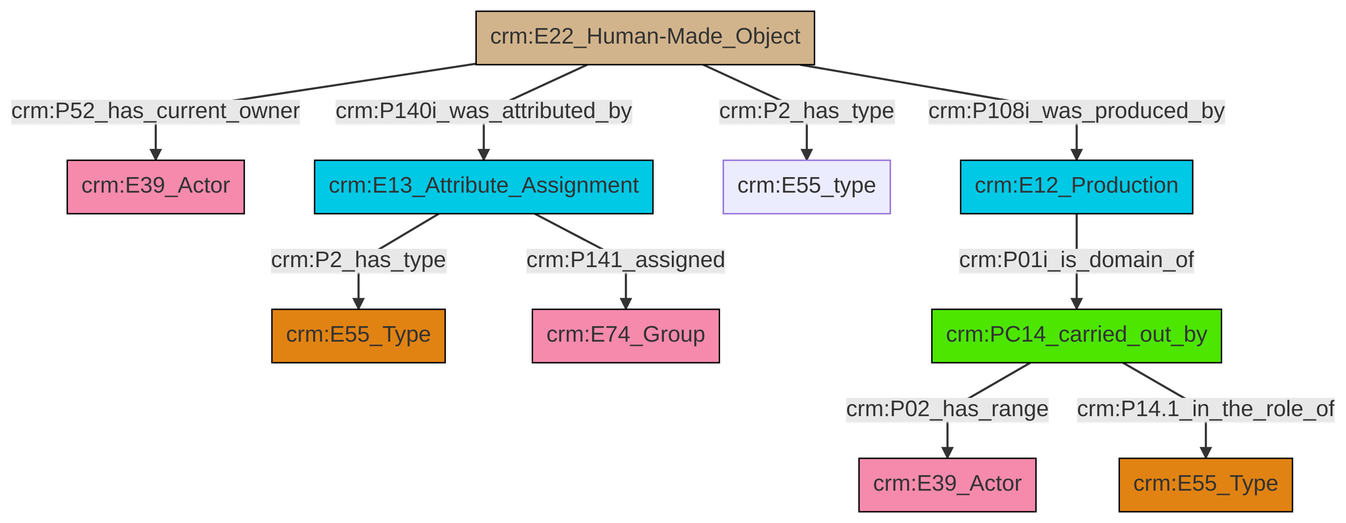
swiss-art-research-net/docs.swissartresearch keeps this Mermaid diagram as et/builtWorkCSV/ttl/mmd/png/Built_Work_actor_relations.png. Above is the earlier version. Its source is kept beside it as et/builtWorkCSV/ttl/mmd/Built_Work_actor_relations.ttl.mmd.
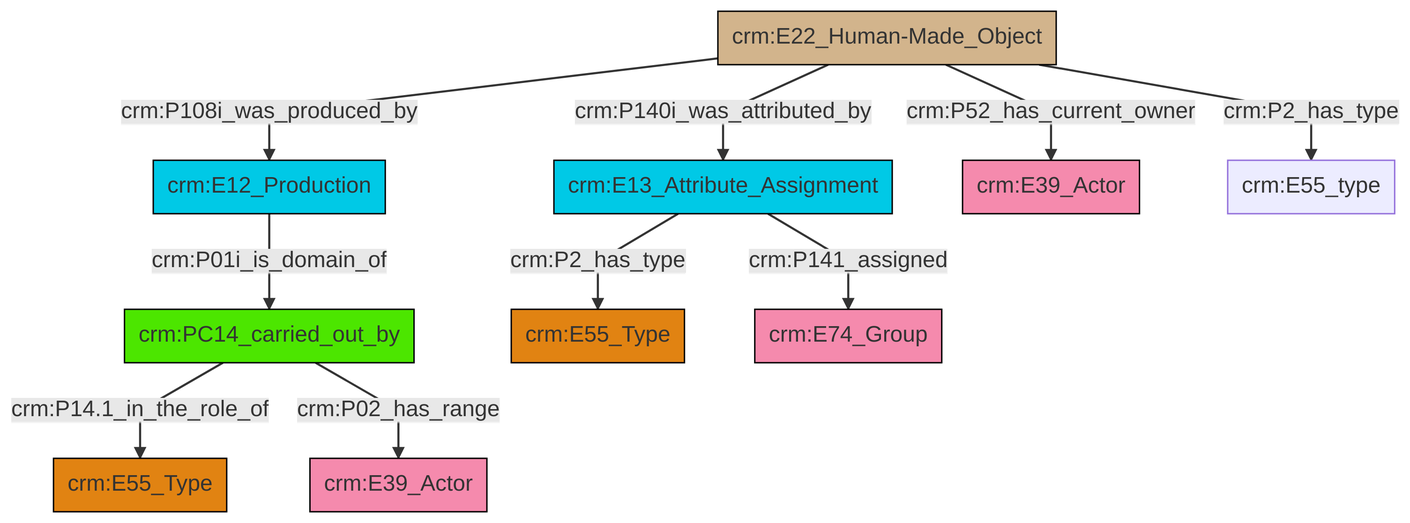
After the change.

The edit, as a diff of the source:
```diff
@@ -13,12 +13,12 @@
 classDef PC_Classes fill:#4ce600, stroke:#000000;
 classDef Multi fill:#cccccc,stroke:#000000;
 
-0["crm:E22_Human-Made_Object"]:::Physical_Thing -->|crm:P52_has_current_owner| 1["crm:E39_Actor"]:::Actor
-0["crm:E22_Human-Made_Object"]:::Physical_Thing -->|crm:P140i_was_attributed_by| 5["crm:E13_Attribute_Assignment"]:::Temporal_Entity
-7["crm:PC14_carried_out_by"]:::PC_Classes -->|crm:P02_has_range| 8["crm:E39_Actor"]:::Actor
-10["crm:E12_Production"]:::Temporal_Entity -->|crm:P01i_is_domain_of| 7["crm:PC14_carried_out_by"]:::PC_Classes
-5["crm:E13_Attribute_Assignment"]:::Temporal_Entity -->|crm:P2_has_type| 3["crm:E55_Type"]:::Type
-0["crm:E22_Human-Made_Object"]:::Physical_Thing -->|crm:P2_has_type| 13["crm:E55_type"]:::Default
-0["crm:E22_Human-Made_Object"]:::Physical_Thing -->|crm:P108i_was_produced_by| 10["crm:E12_Production"]:::Temporal_Entity
-5["crm:E13_Attribute_Assignment"]:::Temporal_Entity -->|crm:P141_assigned| 17["crm:E74_Group"]:::Actor
-7["crm:PC14_carried_out_by"]:::PC_Classes -->|crm:P14.1_in_the_role_of| 11["crm:E55_Type"]:::Type
+0["crm:E22_Human-Made_Object"]:::Physical_Thing -->|crm:P108i_was_produced_by| 1["crm:E12_Production"]:::Temporal_Entity
+2["crm:PC14_carried_out_by"]:::PC_Classes -->|crm:P14.1_in_the_role_of| 3["crm:E55_Type"]:::Type
+4["crm:E13_Attribute_Assignment"]:::Temporal_Entity -->|crm:P2_has_type| 5["crm:E55_Type"]:::Type
+2["crm:PC14_carried_out_by"]:::PC_Classes -->|crm:P02_has_range| 10["crm:E39_Actor"]:::Actor
+0["crm:E22_Human-Made_Object"]:::Physical_Thing -->|crm:P140i_was_attributed_by| 4["crm:E13_Attribute_Assignment"]:::Temporal_Entity
+1["crm:E12_Production"]:::Temporal_Entity -->|crm:P01i_is_domain_of| 2["crm:PC14_carried_out_by"]:::PC_Classes
+0["crm:E22_Human-Made_Object"]:::Physical_Thing -->|crm:P52_has_current_owner| 7["crm:E39_Actor"]:::Actor
+0["crm:E22_Human-Made_Object"]:::Physical_Thing -->|crm:P2_has_type| 15["crm:E55_type"]:::Default
+4["crm:E13_Attribute_Assignment"]:::Temporal_Entity -->|crm:P141_assigned| 19["crm:E74_Group"]:::Actor
```
